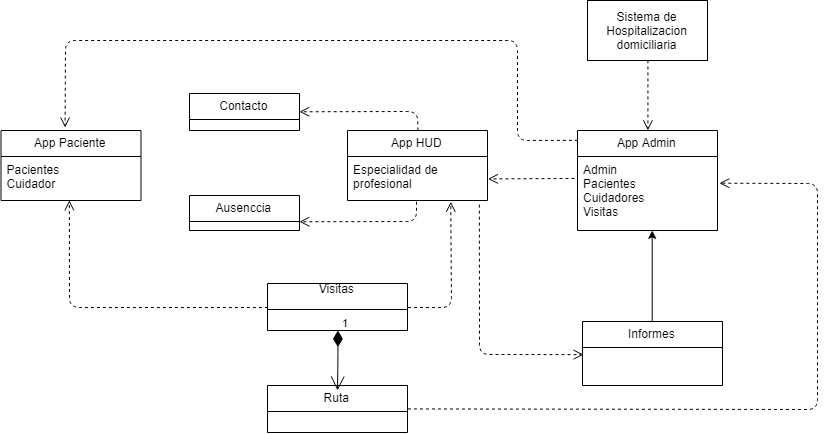
Before: Diagramas de clase/DiagramaCompleto.png, a diagram exported from draw.io (DanSotoC/G4HD). Source tidied: cells renumbered, new cells last; positions are measured from the earlier drawing's top-left corner, leaving out a move shared by most shapes.
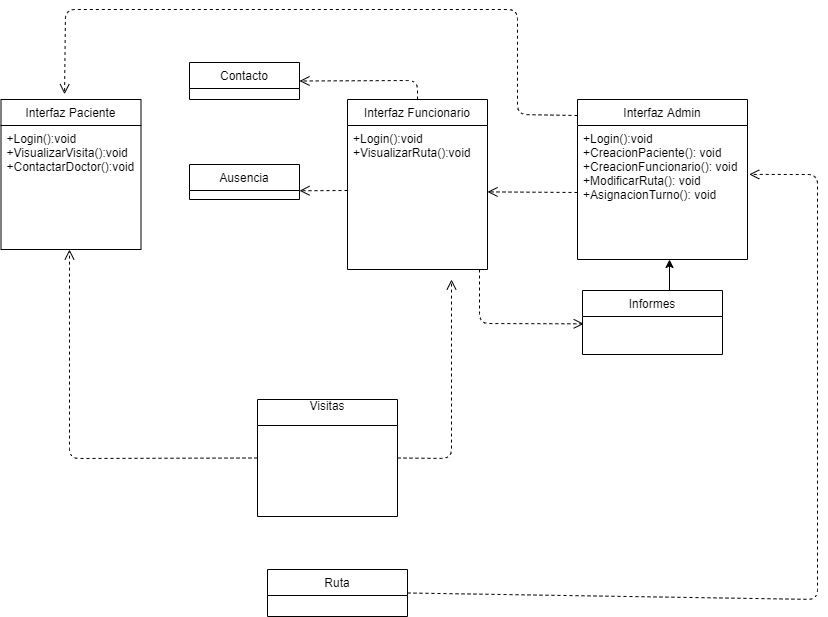
After the commit.

Diff of the diagram source:
```diff
@@ -2,13 +2,13 @@
   <root>
     <mxCell id="0" />
     <mxCell id="1" parent="0" />
-    <mxCell id="2" value="&#10;App HUD&#10;" style="swimlane;fontStyle=0;horizontal=1;startSize=26;fillColor=none;" parent="1" vertex="1">
-      <mxGeometry x="346" y="130" width="140" height="70" as="geometry" />
+    <mxCell id="2" value="Interfaz Funcionario" style="swimlane;fontStyle=0;horizontal=1;startSize=26;fillColor=none;" parent="1" vertex="1">
+      <mxGeometry x="346" y="130" width="140" height="170" as="geometry" />
     </mxCell>
-    <mxCell id="3" value="Especialidad de &#10;profesional&#10;" style="text;strokeColor=none;fillColor=none;align=left;verticalAlign=top;spacingLeft=4;spacingRight=4;overflow=hidden;points=[[0,0.5],[1,0.5]];portConstraint=eastwest;" parent="2" vertex="1">
-      <mxGeometry y="26" width="140" height="44" as="geometry" />
+    <mxCell id="3" value="+Login():void&#10;+VisualizarRuta():void" style="text;strokeColor=none;fillColor=none;align=left;verticalAlign=top;spacingLeft=4;spacingRight=4;overflow=hidden;points=[[0,0.5],[1,0.5]];portConstraint=eastwest;" parent="2" vertex="1">
+      <mxGeometry y="26" width="140" height="144" as="geometry" />
     </mxCell>
-    <mxCell id="4" style="edgeStyle=orthogonalEdgeStyle;rounded=0;jettySize=auto;html=1;exitX=0.5;exitY=0;exitDx=0;exitDy=0;entryX=0.536;entryY=1;entryDx=0;entryDy=0;entryPerimeter=0;" parent="1" edge="1" source="5" target="9">
+    <mxCell id="4" style="edgeStyle=orthogonalEdgeStyle;rounded=0;jettySize=auto;html=1;exitX=0.5;exitY=0;exitDx=0;exitDy=0;entryX=0.543;entryY=1;entryDx=0;entryDy=0;entryPerimeter=0;" parent="1" edge="1" source="5" target="9">
       <mxGeometry relative="1" as="geometry" />
     </mxCell>
     <mxCell id="5" value="&#10;Informes&#10;" style="swimlane;fontStyle=0;horizontal=1;startSize=26;fillColor=none;" parent="1" vertex="1">
@@ -17,79 +17,69 @@
     <mxCell id="6" value="&#10;" style="text;strokeColor=none;fillColor=none;align=left;verticalAlign=top;spacingLeft=4;spacingRight=4;overflow=hidden;points=[[0,0.5],[1,0.5]];portConstraint=eastwest;" parent="5" vertex="1">
       <mxGeometry y="26" width="140" height="38" as="geometry" />
     </mxCell>
-    <mxCell id="7" style="html=1;verticalAlign=bottom;endArrow=open;dashed=1;endSize=8;entryX=1;entryY=0.5;entryDx=0;entryDy=0;" parent="1" edge="1" target="3">
-      <mxGeometry relative="1" as="geometry">
-        <mxPoint x="573" y="178" as="sourcePoint" />
-      </mxGeometry>
+    <mxCell id="7" style="html=1;verticalAlign=bottom;endArrow=open;dashed=1;endSize=8;entryX=1;entryY=0.461;entryDx=0;entryDy=0;entryPerimeter=0;exitX=0;exitY=0.5;exitDx=0;exitDy=0;" parent="1" edge="1" source="9" target="3">
+      <mxGeometry relative="1" as="geometry" />
     </mxCell>
-    <mxCell id="8" value="&#10;App Admin&#10;" style="swimlane;fontStyle=0;horizontal=1;startSize=26;fillColor=none;" parent="1" vertex="1">
-      <mxGeometry x="576" y="130" width="140" height="100" as="geometry" />
+    <mxCell id="8" value="&#10;Interfaz Admin&#10;" style="swimlane;fontStyle=0;horizontal=1;startSize=26;fillColor=none;" parent="1" vertex="1">
+      <mxGeometry x="576" y="130" width="170" height="160" as="geometry" />
     </mxCell>
-    <mxCell id="9" value="Admin&#10;Pacientes&#10;Cuidadores&#10;Visitas&#10;&#10;" style="text;strokeColor=none;fillColor=none;align=left;verticalAlign=top;spacingLeft=4;spacingRight=4;overflow=hidden;points=[[0,0.5],[1,0.5]];portConstraint=eastwest;" parent="8" vertex="1">
-      <mxGeometry y="26" width="140" height="74" as="geometry" />
+    <mxCell id="9" value="+Login():void&#10;+CreacionPaciente(): void&#10;+CreacionFuncionario(): void&#10;+ModificarRuta(): void&#10;+AsignacionTurno(): void" style="text;strokeColor=none;fillColor=none;align=left;verticalAlign=top;spacingLeft=4;spacingRight=4;overflow=hidden;points=[[0,0.5],[1,0.5]];portConstraint=eastwest;" parent="8" vertex="1">
+      <mxGeometry y="26" width="170" height="134" as="geometry" />
     </mxCell>
-    <mxCell id="10" value="Sistema de Hospitalizacion domiciliaria" style="rounded=0;whiteSpace=wrap;html=1;" parent="1" vertex="1">
-      <mxGeometry x="586" width="120" height="60" as="geometry" />
-    </mxCell>
-    <mxCell id="11" style="html=1;verticalAlign=bottom;endArrow=open;dashed=1;endSize=8;entryX=0.5;entryY=0;entryDx=0;entryDy=0;exitX=0.5;exitY=1;exitDx=0;exitDy=0;" parent="1" edge="1" source="10" target="8">
-      <mxGeometry relative="1" as="geometry" />
-    </mxCell>
-    <mxCell id="12" value="&#10;App Paciente&#10;" style="swimlane;fontStyle=0;horizontal=1;startSize=26;fillColor=none;" parent="1" vertex="1">
-      <mxGeometry x="-0.5" y="130" width="140" height="70" as="geometry" />
+    <mxCell id="12" value="Interfaz Paciente" style="swimlane;fontStyle=0;horizontal=1;startSize=26;fillColor=none;" parent="1" vertex="1">
+      <mxGeometry x="-0.5" y="130" width="140" height="150" as="geometry" />
     </mxCell>
-    <mxCell id="13" value="Pacientes&#10;Cuidador&#10;" style="text;strokeColor=none;fillColor=none;align=left;verticalAlign=top;spacingLeft=4;spacingRight=4;overflow=hidden;points=[[0,0.5],[1,0.5]];portConstraint=eastwest;" parent="12" vertex="1">
-      <mxGeometry y="26" width="140" height="44" as="geometry" />
+    <mxCell id="13" value="+Login():void&#10;+VisualizarVisita():void&#10;+ContactarDoctor():void" style="text;strokeColor=none;fillColor=none;align=left;verticalAlign=top;spacingLeft=4;spacingRight=4;overflow=hidden;points=[[0,0.5],[1,0.5]];portConstraint=eastwest;" parent="12" vertex="1">
+      <mxGeometry y="26" width="140" height="124" as="geometry" />
     </mxCell>
     <mxCell id="14" value="Visitas&#10;" style="swimlane;fontStyle=0;horizontal=1;startSize=26;fillColor=none;" parent="1" vertex="1">
-      <mxGeometry x="266" y="283" width="140" height="47" as="geometry" />
+      <mxGeometry x="256" y="430" width="140" height="117" as="geometry" />
     </mxCell>
-    <mxCell id="15" style="html=1;verticalAlign=bottom;endArrow=open;dashed=1;endSize=8;entryX=0.486;entryY=0.995;entryDx=0;entryDy=0;entryPerimeter=0;exitX=0;exitY=0.5;exitDx=0;exitDy=0;" parent="1" edge="1" source="14" target="13">
+    <mxCell id="15" style="html=1;verticalAlign=bottom;endArrow=open;dashed=1;endSize=8;exitX=0;exitY=0.5;exitDx=0;exitDy=0;" parent="1" edge="1" source="14">
       <mxGeometry relative="1" as="geometry">
+        <mxPoint x="68" y="280" as="targetPoint" />
         <Array as="points">
-          <mxPoint x="68" y="307" />
+          <mxPoint x="68" y="489" />
         </Array>
       </mxGeometry>
     </mxCell>
-    <mxCell id="16" style="html=1;verticalAlign=bottom;endArrow=open;dashed=1;endSize=8;entryX=0.74;entryY=1.018;entryDx=0;entryDy=0;exitX=1;exitY=0.5;exitDx=0;exitDy=0;entryPerimeter=0;" parent="1" edge="1" source="14" target="3">
+    <mxCell id="16" style="html=1;verticalAlign=bottom;endArrow=open;dashed=1;endSize=8;exitX=1;exitY=0.5;exitDx=0;exitDy=0;" parent="1" edge="1" source="14">
       <mxGeometry relative="1" as="geometry">
+        <mxPoint x="450" y="310" as="targetPoint" />
         <Array as="points">
-          <mxPoint x="450" y="307" />
+          <mxPoint x="450" y="489" />
         </Array>
       </mxGeometry>
     </mxCell>
     <mxCell id="17" style="html=1;verticalAlign=bottom;endArrow=open;dashed=1;endSize=8;exitX=0;exitY=0.1;exitDx=0;exitDy=0;exitPerimeter=0;entryX=0.454;entryY=-0.035;entryDx=0;entryDy=0;entryPerimeter=0;" parent="1" edge="1" source="8" target="12">
       <mxGeometry relative="1" as="geometry">
         <Array as="points">
-          <mxPoint x="516" y="140" />
+          <mxPoint x="516" y="145" />
           <mxPoint x="516" y="40" />
           <mxPoint x="64" y="40" />
         </Array>
       </mxGeometry>
     </mxCell>
     <mxCell id="18" value="&#10;Ruta&#10;" style="swimlane;fontStyle=0;horizontal=1;startSize=26;fillColor=none;" parent="1" vertex="1">
-      <mxGeometry x="266" y="385" width="140" height="47" as="geometry" />
+      <mxGeometry x="266" y="600" width="140" height="47" as="geometry" />
     </mxCell>
-    <mxCell id="19" value="1" style="endArrow=open;html=1;endSize=12;startArrow=diamondThin;startSize=14;startFill=1;edgeStyle=orthogonalEdgeStyle;align=left;verticalAlign=bottom;exitX=0.5;exitY=1;exitDx=0;exitDy=0;" parent="1" edge="1" source="14">
-      <mxGeometry x="-1" y="3" relative="1" as="geometry">
-        <mxPoint x="336" y="390" as="targetPoint" />
-      </mxGeometry>
-    </mxCell>
     <mxCell id="20" style="html=1;verticalAlign=bottom;endArrow=open;dashed=1;endSize=8;entryX=1.01;entryY=0.365;entryDx=0;entryDy=0;exitX=1;exitY=0.5;exitDx=0;exitDy=0;entryPerimeter=0;" parent="1" edge="1" source="18" target="9">
       <mxGeometry relative="1" as="geometry">
         <Array as="points">
-          <mxPoint x="816" y="409" />
-          <mxPoint x="816" y="183" />
+          <mxPoint x="816" y="630" />
+          <mxPoint x="816" y="205" />
         </Array>
       </mxGeometry>
     </mxCell>
-    <mxCell id="21" style="html=1;verticalAlign=bottom;endArrow=open;dashed=1;endSize=8;entryX=0.009;entryY=0.193;entryDx=0;entryDy=0;exitX=0.94;exitY=1.08;exitDx=0;exitDy=0;exitPerimeter=0;entryPerimeter=0;" parent="1" edge="1" source="3" target="6">
+    <mxCell id="21" style="html=1;verticalAlign=bottom;endArrow=open;dashed=1;endSize=8;entryX=0.009;entryY=0.193;entryDx=0;entryDy=0;entryPerimeter=0;" parent="1" edge="1" target="6">
       <mxGeometry relative="1" as="geometry">
+        <mxPoint x="478" y="300" as="sourcePoint" />
         <Array as="points">
           <mxPoint x="478" y="354" />
         </Array>
       </mxGeometry>
     </mxCell>
-    <mxCell id="22" value="&#10;Ausenccia&#10;" style="swimlane;fontStyle=0;horizontal=1;startSize=26;fillColor=none;" parent="1" vertex="1">
+    <mxCell id="22" value="&#10;Ausencia&#10;" style="swimlane;fontStyle=0;horizontal=1;startSize=26;fillColor=none;" parent="1" vertex="1">
       <mxGeometry x="188" y="195" width="110" height="35" as="geometry" />
     </mxCell>
     <mxCell id="23" value="&#10;Contacto&#10;" style="swimlane;fontStyle=0;horizontal=1;startSize=26;fillColor=none;" parent="1" vertex="1">
@@ -102,11 +92,9 @@
         </Array>
       </mxGeometry>
     </mxCell>
-    <mxCell id="25" style="html=1;verticalAlign=bottom;endArrow=open;dashed=1;endSize=8;entryX=1;entryY=0.75;entryDx=0;entryDy=0;exitX=0.497;exitY=1.044;exitDx=0;exitDy=0;exitPerimeter=0;" parent="1" edge="1" source="3" target="22">
+    <mxCell id="25" style="html=1;verticalAlign=bottom;endArrow=open;dashed=1;endSize=8;entryX=1;entryY=0.75;entryDx=0;entryDy=0;" parent="1" edge="1" target="22">
       <mxGeometry relative="1" as="geometry">
-        <Array as="points">
-          <mxPoint x="415" y="221" />
-        </Array>
+        <mxPoint x="346" y="221" as="sourcePoint" />
       </mxGeometry>
     </mxCell>
   </root>
```
